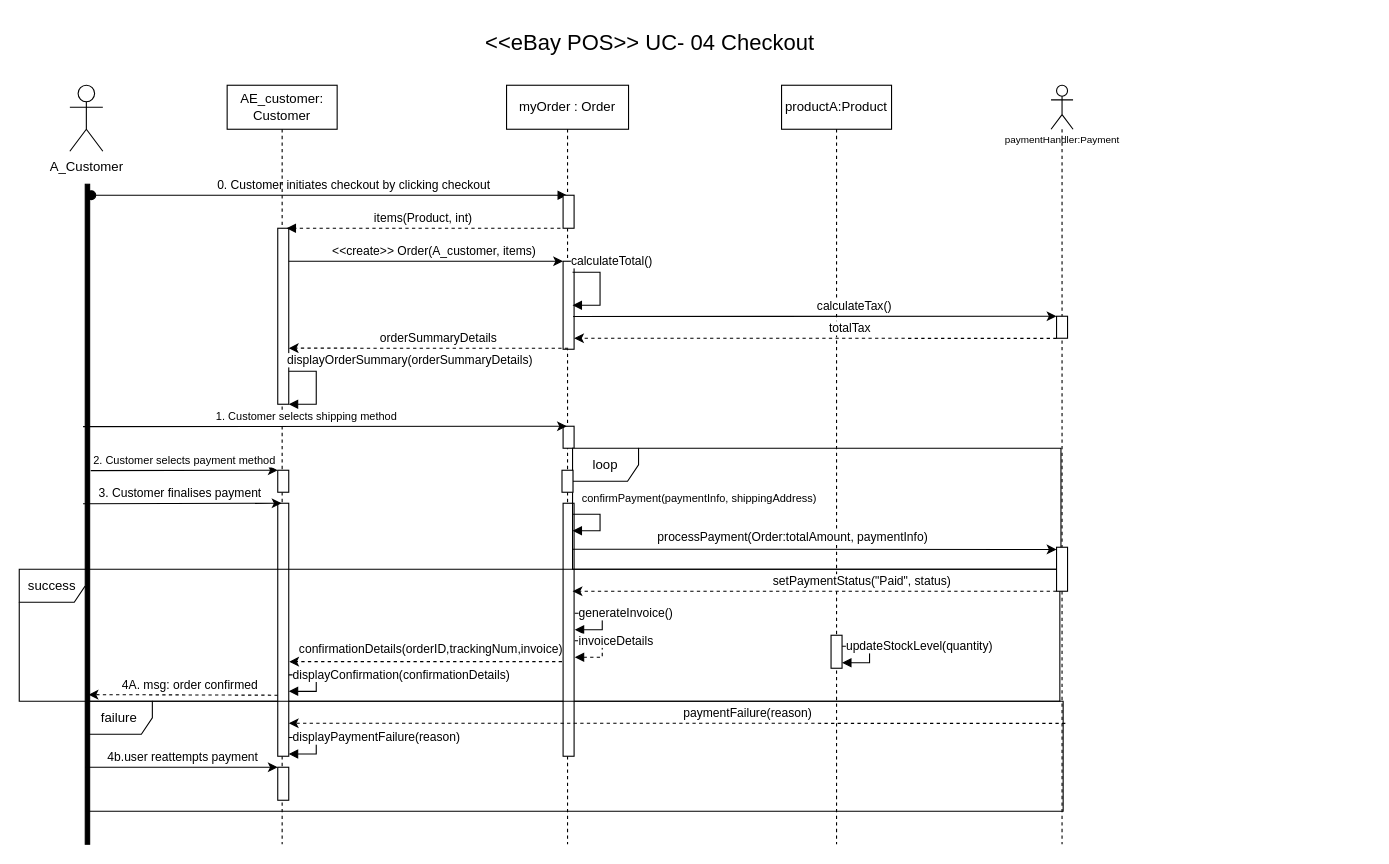
This is Sequence Diagram ebay.drawio from AhmedElamari/Software-design-saved, a draw.io file, before an edit. Source tidied: cells renumbered, new cells numbered last; positions are measured from the earlier drawing's top-left corner, leaving out a move shared by most shapes. Both pictures are drawn from the tidied source at 110%, with x=0, y=0 at pixel (19, 19).
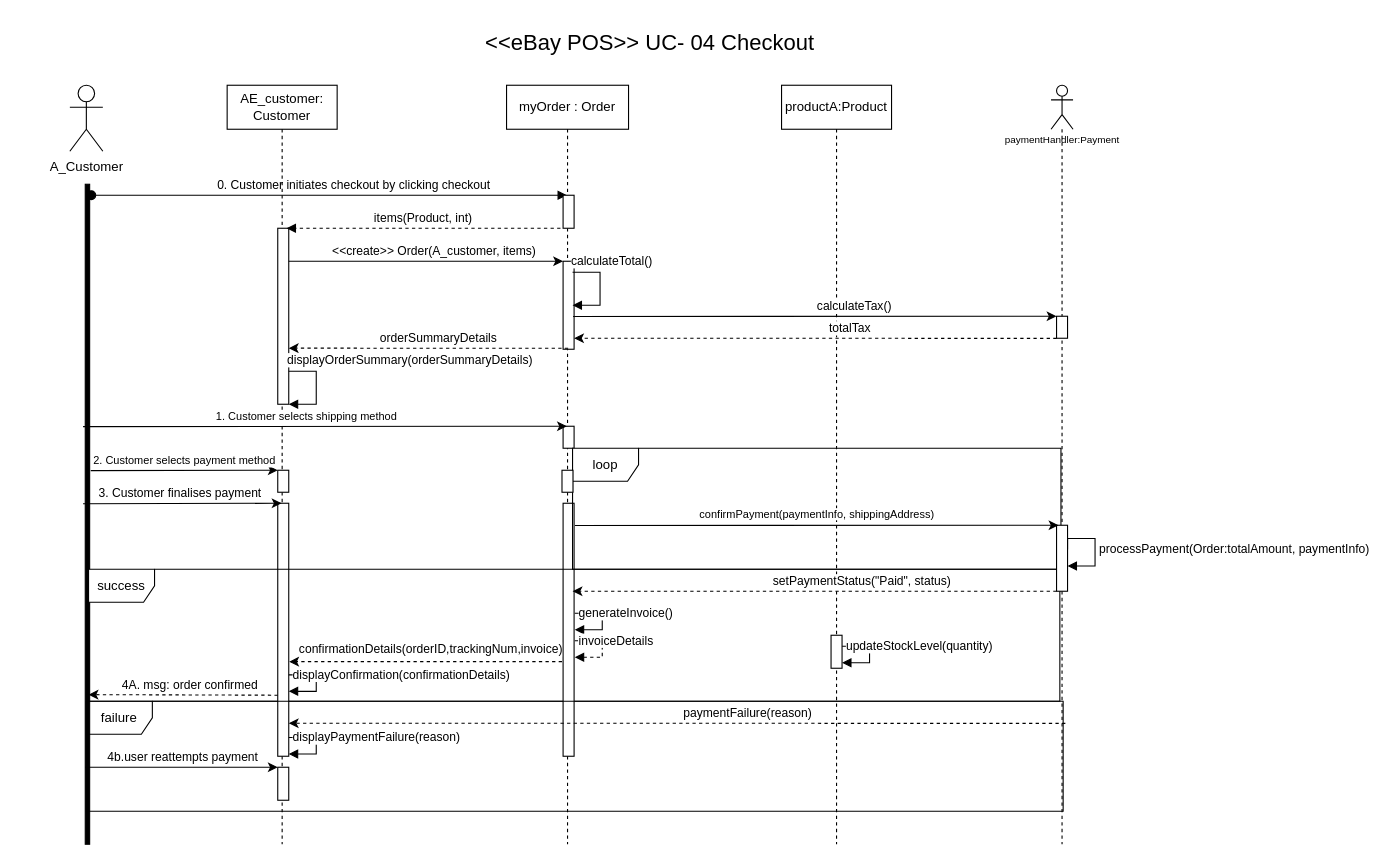
The same diagram, later.

The edit, as a diff of the source:
```diff
@@
-    <mxCell id="33" style="edgeStyle=elbowEdgeStyle;rounded=0;orthogonalLoop=1;jettySize=auto;html=1;elbow=vertical;curved=0;exitX=1.458;exitY=0.139;exitDx=0;exitDy=0;exitPerimeter=0;" parent="1" edge="1">
-      <mxGeometry relative="1" as="geometry">
-        <mxPoint x="503" y="481.8" as="sourcePoint" />
-        <mxPoint x="943" y="482" as="targetPoint" />
-      </mxGeometry>
-    </mxCell>
-    <mxCell id="34" value="processPayment(Order:totalAmount, paymentInfo)" style="edgeLabel;html=1;align=center;verticalAlign=middle;fontSize=11;" parent="33" vertex="1">
-      <mxGeometry x="-0.24" y="4" relative="1" as="geometry">
-        <mxPoint x="33" y="-8" as="offset" />
-      </mxGeometry>
-    </mxCell>
@@
     <mxCell id="54" value="success" style="shape=umlFrame;whiteSpace=wrap;html=1;" parent="1" vertex="1">
-      <mxGeometry y="500" width="946" height="120" as="geometry" />
+      <mxGeometry x="63" y="500" width="883" height="120" as="geometry" />
     </mxCell>
     <mxCell id="55" style="html=1;perimeter=orthogonalPerimeter;targetShapes=umlLifeline;newEdgeStyle={&quot;curved&quot;:0,&quot;rounded&quot;:0};" parent="1" vertex="1">
-      <mxGeometry x="943" y="480" width="10" height="40" as="geometry" />
+      <mxGeometry x="943" y="460" width="10" height="60" as="geometry" />
     </mxCell>
@@
     <mxCell id="57" value="&lt;span style=&quot;font-size: 10px; background-color: rgb(255, 255, 255);&quot;&gt;confirmPayment(paymentInfo, shippingAddress)&lt;/span&gt;" style="text;html=1;align=center;verticalAlign=middle;strokeColor=none;fillColor=none;" parent="1" vertex="1">
-      <mxGeometry x="498" y="420" width="240" height="30" as="geometry" />
+      <mxGeometry x="605" y="435" width="240" height="30" as="geometry" />
     </mxCell>
-    <mxCell id="58" style="html=1;align=left;spacingLeft=2;endArrow=block;rounded=0;edgeStyle=orthogonalEdgeStyle;curved=0;rounded=0;" parent="1" edge="1">
-      <mxGeometry x="-1" relative="1" as="geometry">
-        <mxPoint x="503" y="450" as="sourcePoint" />
-        <mxPoint x="503" y="465" as="targetPoint" />
-        <Array as="points">
-          <mxPoint x="528" y="450" />
-          <mxPoint x="528" y="465" />
-          <mxPoint x="503" y="465" />
-        </Array>
-      </mxGeometry>
-    </mxCell>
@@
+    <mxCell id="64" style="edgeStyle=elbowEdgeStyle;rounded=0;orthogonalLoop=1;jettySize=auto;html=1;elbow=vertical;curved=0;" parent="1" edge="1">
+      <mxGeometry relative="1" as="geometry">
+        <mxPoint x="505.2" y="460.2" as="sourcePoint" />
+        <mxPoint x="944.8" y="460" as="targetPoint" />
+      </mxGeometry>
+    </mxCell>
+    <mxCell id="34" value="&lt;span style=&quot;text-align: center;&quot;&gt;processPayment(Order:totalAmount, paymentInfo)&lt;/span&gt;" style="html=1;align=left;spacingLeft=2;endArrow=block;rounded=0;edgeStyle=orthogonalEdgeStyle;curved=0;rounded=0;" parent="1" edge="1">
+      <mxGeometry x="0.06" relative="1" as="geometry">
+        <mxPoint x="953" y="482" as="sourcePoint" />
+        <mxPoint x="953" y="497" as="targetPoint" />
+        <Array as="points">
+          <mxPoint x="953" y="472" />
+          <mxPoint x="978" y="472" />
+          <mxPoint x="978" y="497" />
+        </Array>
+      </mxGeometry>
+    </mxCell>
```
